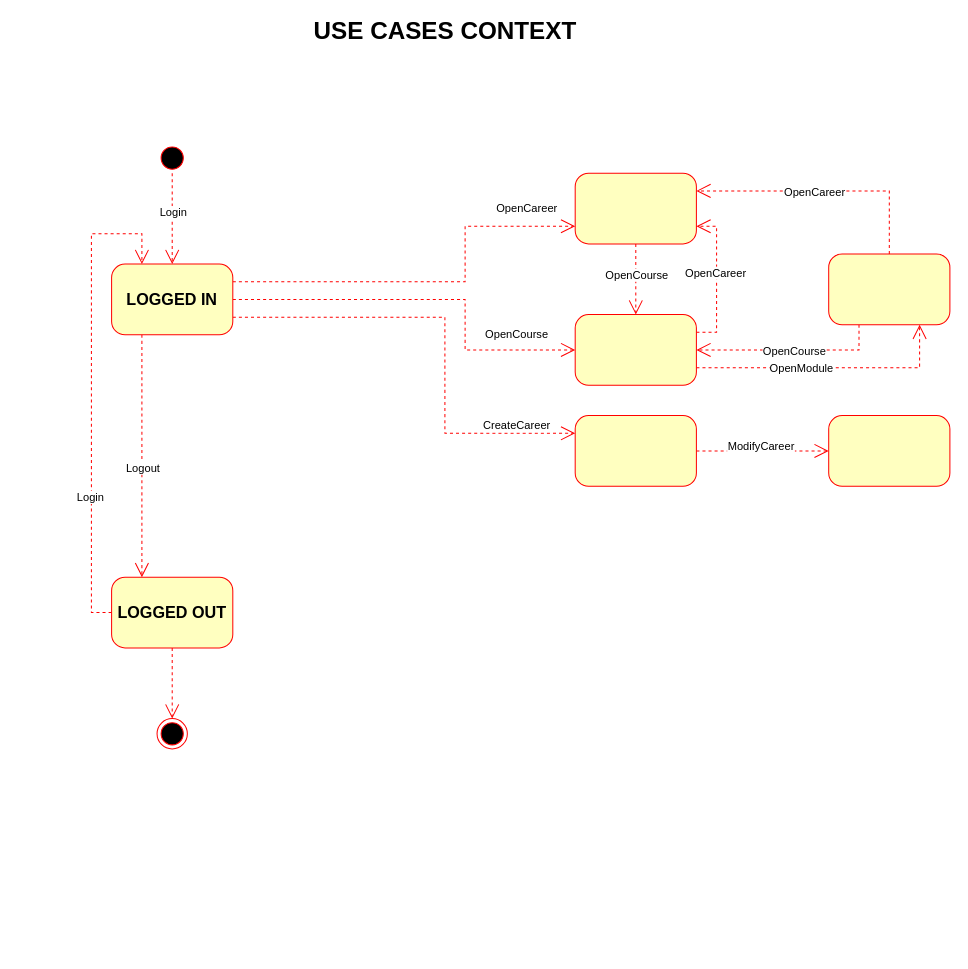
Earlier version of the draw.io diagram page "Context" (3 of 4) of AULA INTEGRAL DEL NORTE.drawio (KemosahbeAndres/IntegralDelNorte). Source tidied: cells renumbered, new cells numbered last; positions are measured from the earlier drawing's top-left corner, leaving out a move shared by most shapes. Both pictures are drawn from the tidied source at 101%, with x=0, y=0 at pixel (91, 21).
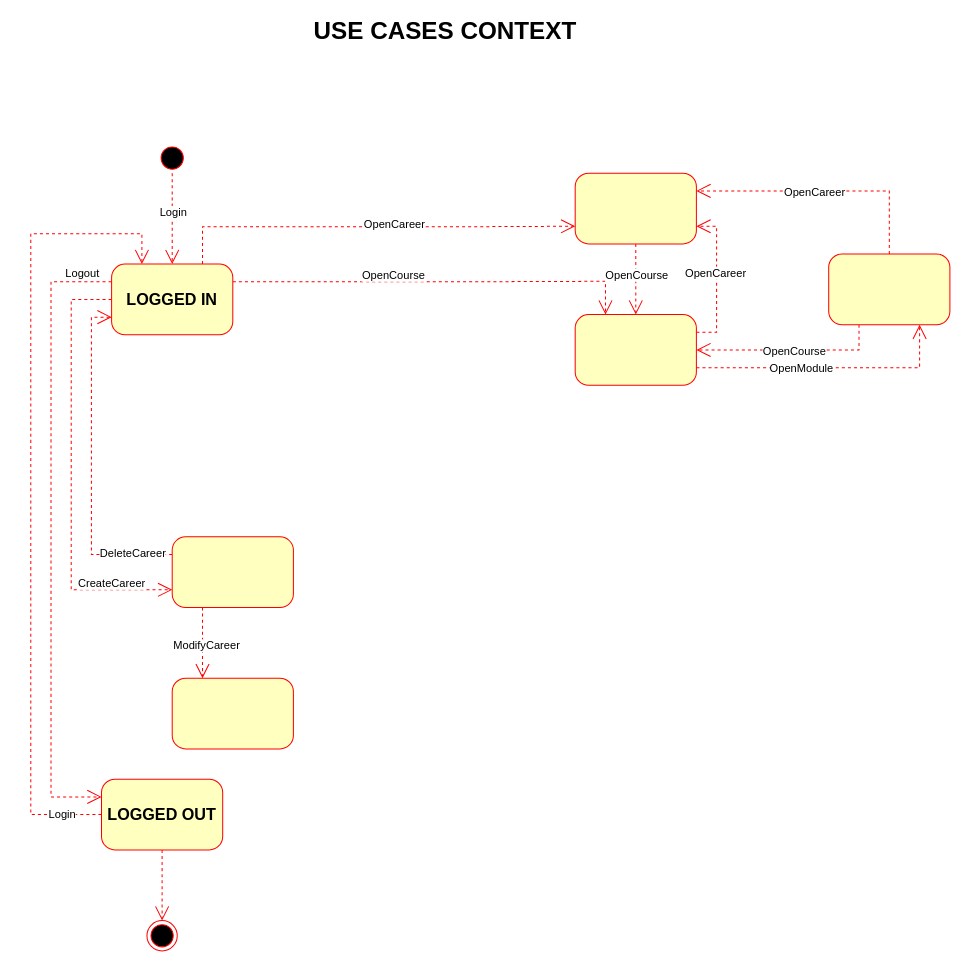
The same diagram, later.

Unchanged cells that the change refers to:
```xml
<mxCell id="15" value="LOGGED IN" style="rounded=1;whiteSpace=wrap;html=1;arcSize=19;fontColor=#000000;fillColor=#ffffc0;strokeColor=#ff0000;fontSize=16;fontStyle=1;verticalAlign=middle;" parent="1" vertex="1">
  <mxGeometry x="20" y="240" width="120" height="70" as="geometry" />
</mxCell>
<mxCell id="23" style="rounded=1;whiteSpace=wrap;html=1;arcSize=19;fontColor=#000000;fillColor=#ffffc0;strokeColor=#ff0000;fontSize=16;fontStyle=1;verticalAlign=middle;" parent="1" vertex="1">
  <mxGeometry x="479" y="150" width="120" height="70" as="geometry" />
</mxCell>
<mxCell id="28" style="rounded=1;whiteSpace=wrap;html=1;arcSize=19;fontColor=#000000;fillColor=#ffffc0;strokeColor=#ff0000;fontSize=16;fontStyle=1;verticalAlign=middle;" parent="1" vertex="1">
  <mxGeometry x="479" y="290" width="120" height="70" as="geometry" />
</mxCell>
```

Diff of the diagram source:
```diff
@@
     <mxCell id="6" style="ellipse;html=1;shape=endState;fillColor=#000000;strokeColor=#ff0000;fontSize=24;" parent="1" vertex="1">
-      <mxGeometry x="65" y="690" width="30" height="30" as="geometry" />
+      <mxGeometry x="55" y="890" width="30" height="30" as="geometry" />
     </mxCell>
-    <mxCell id="7" style="edgeStyle=none;rounded=0;jettySize=auto;html=1;exitX=0.25;exitY=1;exitDx=0;exitDy=0;entryX=0.25;entryY=0;entryDx=0;entryDy=0;dashed=1;fontSize=11;startArrow=none;startFill=0;endArrow=open;endFill=0;endSize=12;strokeColor=#FF0000;" parent="1" edge="1" source="15" target="19">
-      <mxGeometry relative="1" as="geometry" />
+    <mxCell id="7" style="edgeStyle=orthogonalEdgeStyle;rounded=0;jettySize=auto;html=1;exitX=0;exitY=0.25;exitDx=0;exitDy=0;entryX=0;entryY=0.25;entryDx=0;entryDy=0;dashed=1;fontSize=11;startArrow=none;startFill=0;endArrow=open;endFill=0;endSize=12;strokeColor=#FF0000;" parent="1" edge="1" source="15" target="19">
+      <mxGeometry relative="1" as="geometry">
+        <Array as="points">
+          <mxPoint x="-40" y="258" />
+          <mxPoint x="-40" y="768" />
+          <mxPoint x="10" y="768" />
+        </Array>
+      </mxGeometry>
     </mxCell>
     <mxCell id="8" value="Logout" style="edgeLabel;html=1;align=center;verticalAlign=middle;fontSize=11;" parent="7" vertex="1">
       <mxGeometry x="0.23" y="3" relative="1" as="geometry">
-        <mxPoint x="-3" y="-17" as="offset" />
+        <mxPoint x="27" y="-330" as="offset" />
       </mxGeometry>
     </mxCell>
-    <mxCell id="9" style="edgeStyle=orthogonalEdgeStyle;rounded=0;jettySize=auto;html=1;exitX=1;exitY=0.25;exitDx=0;exitDy=0;dashed=1;fontSize=11;startArrow=none;startFill=0;endArrow=open;endFill=0;endSize=12;strokeColor=#FF0000;entryX=0;entryY=0.75;entryDx=0;entryDy=0;" parent="1" edge="1" source="15" target="23">
+    <mxCell id="9" style="edgeStyle=orthogonalEdgeStyle;rounded=0;jettySize=auto;html=1;exitX=0.75;exitY=0;exitDx=0;exitDy=0;dashed=1;fontSize=11;startArrow=none;startFill=0;endArrow=open;endFill=0;endSize=12;strokeColor=#FF0000;entryX=0;entryY=0.75;entryDx=0;entryDy=0;" parent="1" edge="1" source="15" target="23">
       <mxGeometry relative="1" as="geometry">
         <Array as="points">
-          <mxPoint x="370" y="258" />
-          <mxPoint x="370" y="202" />
+          <mxPoint x="110" y="203" />
+          <mxPoint x="370" y="203" />
         </Array>
       </mxGeometry>
     </mxCell>
     <mxCell id="10" value="OpenCareer" style="edgeLabel;html=1;align=center;verticalAlign=middle;fontSize=11;" parent="9" vertex="1">
       <mxGeometry x="-0.18" relative="1" as="geometry">
-        <mxPoint x="128" y="-73" as="offset" />
+        <mxPoint x="60" y="-3" as="offset" />
       </mxGeometry>
     </mxCell>
-    <mxCell id="11" style="edgeStyle=orthogonalEdgeStyle;rounded=0;jettySize=auto;html=1;exitX=1;exitY=0.5;exitDx=0;exitDy=0;entryX=0;entryY=0.5;entryDx=0;entryDy=0;dashed=1;fontSize=11;startArrow=none;startFill=0;endArrow=open;endFill=0;endSize=12;strokeColor=#FF0000;" parent="1" edge="1" source="15" target="28">
+    <mxCell id="11" style="edgeStyle=orthogonalEdgeStyle;rounded=0;jettySize=auto;html=1;exitX=1;exitY=0.25;exitDx=0;exitDy=0;entryX=0.25;entryY=0;entryDx=0;entryDy=0;dashed=1;fontSize=11;startArrow=none;startFill=0;endArrow=open;endFill=0;endSize=12;strokeColor=#FF0000;" parent="1" edge="1" source="15" target="28">
       <mxGeometry relative="1" as="geometry">
         <Array as="points">
-          <mxPoint x="370" y="275" />
-          <mxPoint x="370" y="325" />
+          <mxPoint x="370" y="257" />
+          <mxPoint x="509" y="257" />
         </Array>
       </mxGeometry>
     </mxCell>
     <mxCell id="12" value="OpenCourse" style="edgeLabel;html=1;align=center;verticalAlign=middle;fontSize=11;" parent="11" vertex="1">
       <mxGeometry x="0.22" y="1" relative="1" as="geometry">
-        <mxPoint x="49" y="27" as="offset" />
+        <mxPoint x="-86" y="-6" as="offset" />
       </mxGeometry>
     </mxCell>
-    <mxCell id="13" style="edgeStyle=orthogonalEdgeStyle;rounded=0;jettySize=auto;html=1;exitX=1;exitY=0.75;exitDx=0;exitDy=0;entryX=0;entryY=0.25;entryDx=0;entryDy=0;dashed=1;fontSize=11;startArrow=none;startFill=0;endArrow=open;endFill=0;endSize=12;strokeColor=#FF0000;" parent="1" edge="1" source="15" target="31">
+    <mxCell id="13" style="edgeStyle=orthogonalEdgeStyle;rounded=0;jettySize=auto;html=1;entryX=0;entryY=0.75;entryDx=0;entryDy=0;dashed=1;fontSize=11;startArrow=none;startFill=0;endArrow=open;endFill=0;endSize=12;strokeColor=#FF0000;exitX=0;exitY=0.5;exitDx=0;exitDy=0;" parent="1" edge="1" source="15" target="31">
       <mxGeometry relative="1" as="geometry">
         <Array as="points">
-          <mxPoint x="350" y="292" />
-          <mxPoint x="350" y="408" />
-          <mxPoint x="479" y="408" />
+          <mxPoint x="-20" y="275" />
+          <mxPoint x="-20" y="563" />
         </Array>
       </mxGeometry>
     </mxCell>
     <mxCell id="14" value="CreateCareer" style="edgeLabel;html=1;align=center;verticalAlign=middle;fontSize=11;" parent="13" vertex="1">
       <mxGeometry x="0.55" relative="1" as="geometry">
-        <mxPoint x="43" y="-8" as="offset" />
+        <mxPoint x="36" y="-7" as="offset" />
       </mxGeometry>
     </mxCell>
@@
     <mxCell id="17" style="edgeStyle=orthogonalEdgeStyle;rounded=0;jettySize=auto;html=1;exitX=0;exitY=0.5;exitDx=0;exitDy=0;entryX=0.25;entryY=0;entryDx=0;entryDy=0;dashed=1;fontSize=11;startArrow=none;startFill=0;endArrow=open;endFill=0;endSize=12;strokeColor=#FF0000;" parent="1" edge="1" source="19" target="15">
       <mxGeometry relative="1" as="geometry">
         <Array as="points">
-          <mxPoint y="585" />
-          <mxPoint y="210" />
+          <mxPoint x="-60" y="785" />
+          <mxPoint x="-60" y="210" />
           <mxPoint x="50" y="210" />
         </Array>
       </mxGeometry>
     </mxCell>
     <mxCell id="18" value="Login" style="edgeLabel;html=1;align=center;verticalAlign=middle;fontSize=11;" parent="17" vertex="1">
-      <mxGeometry x="-0.43" y="2" relative="1" as="geometry" />
+      <mxGeometry x="-0.43" y="2" relative="1" as="geometry">
+        <mxPoint x="32" y="153" as="offset" />
+      </mxGeometry>
     </mxCell>
     <mxCell id="19" value="LOGGED OUT" style="rounded=1;whiteSpace=wrap;html=1;arcSize=19;fontColor=#000000;fillColor=#ffffc0;strokeColor=#ff0000;fontSize=16;fontStyle=1;verticalAlign=middle;" parent="1" vertex="1">
-      <mxGeometry x="20" y="550" width="120" height="70" as="geometry" />
+      <mxGeometry x="10" y="750" width="120" height="70" as="geometry" />
     </mxCell>
     <mxCell id="20" style="rounded=1;whiteSpace=wrap;html=1;arcSize=19;fontColor=#000000;fillColor=#ffffc0;strokeColor=#ff0000;fontSize=16;fontStyle=1;verticalAlign=middle;" parent="1" vertex="1">
-      <mxGeometry x="730" y="390" width="120" height="70" as="geometry" />
+      <mxGeometry x="80" y="650" width="120" height="70" as="geometry" />
     </mxCell>
@@
-    <mxCell id="29" style="edgeStyle=orthogonalEdgeStyle;rounded=0;jettySize=auto;html=1;exitX=1;exitY=0.5;exitDx=0;exitDy=0;entryX=0;entryY=0.5;entryDx=0;entryDy=0;dashed=1;fontSize=11;startArrow=none;startFill=0;endArrow=open;endFill=0;endSize=12;strokeColor=#FF0000;" parent="1" edge="1" source="31" target="20">
+    <mxCell id="29" style="edgeStyle=orthogonalEdgeStyle;rounded=0;jettySize=auto;html=1;exitX=0.25;exitY=1;exitDx=0;exitDy=0;entryX=0.25;entryY=0;entryDx=0;entryDy=0;dashed=1;fontSize=11;startArrow=none;startFill=0;endArrow=open;endFill=0;endSize=12;strokeColor=#FF0000;" parent="1" edge="1" source="31" target="20">
       <mxGeometry relative="1" as="geometry" />
     </mxCell>
     <mxCell id="30" value="ModifyCareer" style="edgeLabel;html=1;align=center;verticalAlign=middle;fontSize=11;" parent="29" vertex="1">
-      <mxGeometry x="-0.4" y="2" relative="1" as="geometry">
-        <mxPoint x="24" y="-3" as="offset" />
+      <mxGeometry x="-0.21" y="1" relative="1" as="geometry">
+        <mxPoint x="2" y="9" as="offset" />
       </mxGeometry>
     </mxCell>
+    <mxCell id="37" style="edgeStyle=orthogonalEdgeStyle;rounded=0;jettySize=auto;html=1;exitX=0;exitY=0.25;exitDx=0;exitDy=0;entryX=0;entryY=0.75;entryDx=0;entryDy=0;dashed=1;fontSize=11;startArrow=none;startFill=0;endArrow=open;endFill=0;endSize=12;strokeColor=#FF0000;" parent="1" edge="1" source="31" target="15">
+      <mxGeometry relative="1" as="geometry">
+        <Array as="points">
+          <mxPoint y="528" />
+          <mxPoint y="293" />
+        </Array>
+      </mxGeometry>
+    </mxCell>
+    <mxCell id="38" value="DeleteCareer" style="edgeLabel;html=1;align=center;verticalAlign=middle;fontSize=11;" parent="37" vertex="1">
+      <mxGeometry x="-0.7" y="-2" relative="1" as="geometry">
+        <mxPoint x="10" as="offset" />
+      </mxGeometry>
+    </mxCell>
     <mxCell id="31" style="rounded=1;whiteSpace=wrap;html=1;arcSize=19;fontColor=#000000;fillColor=#ffffc0;strokeColor=#ff0000;fontSize=16;fontStyle=1;verticalAlign=middle;" parent="1" vertex="1">
-      <mxGeometry x="479" y="390" width="120" height="70" as="geometry" />
+      <mxGeometry x="80" y="510" width="120" height="70" as="geometry" />
     </mxCell>
```
